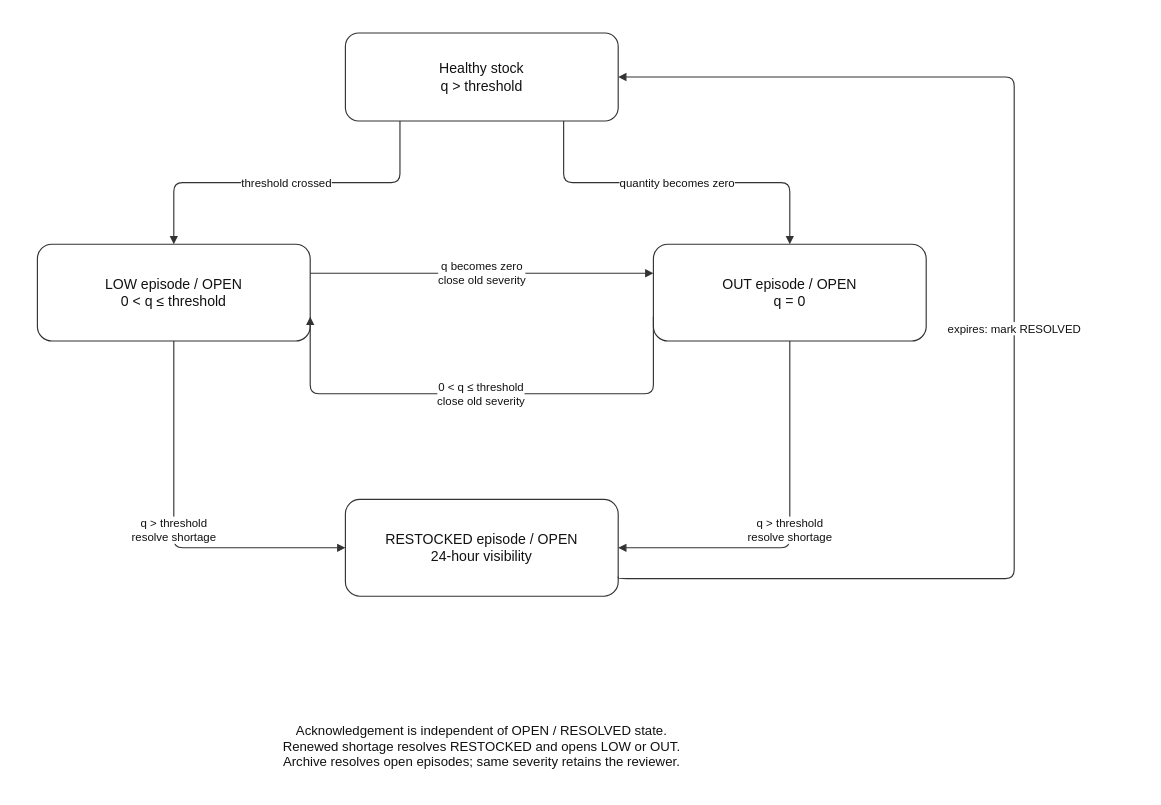
Above: thesis/figure-assets/diagrams/22-warning-state.drawio in ZeroRegister/SupermarketsSystem (draw.io), before the change. Source tidied: cells renumbered, new cells numbered last; positions are measured from the earlier drawing's top-left corner, leaving out a move shared by most shapes. Both pictures are drawn from the tidied source at 88%, with x=0, y=0 at pixel (37, 33).
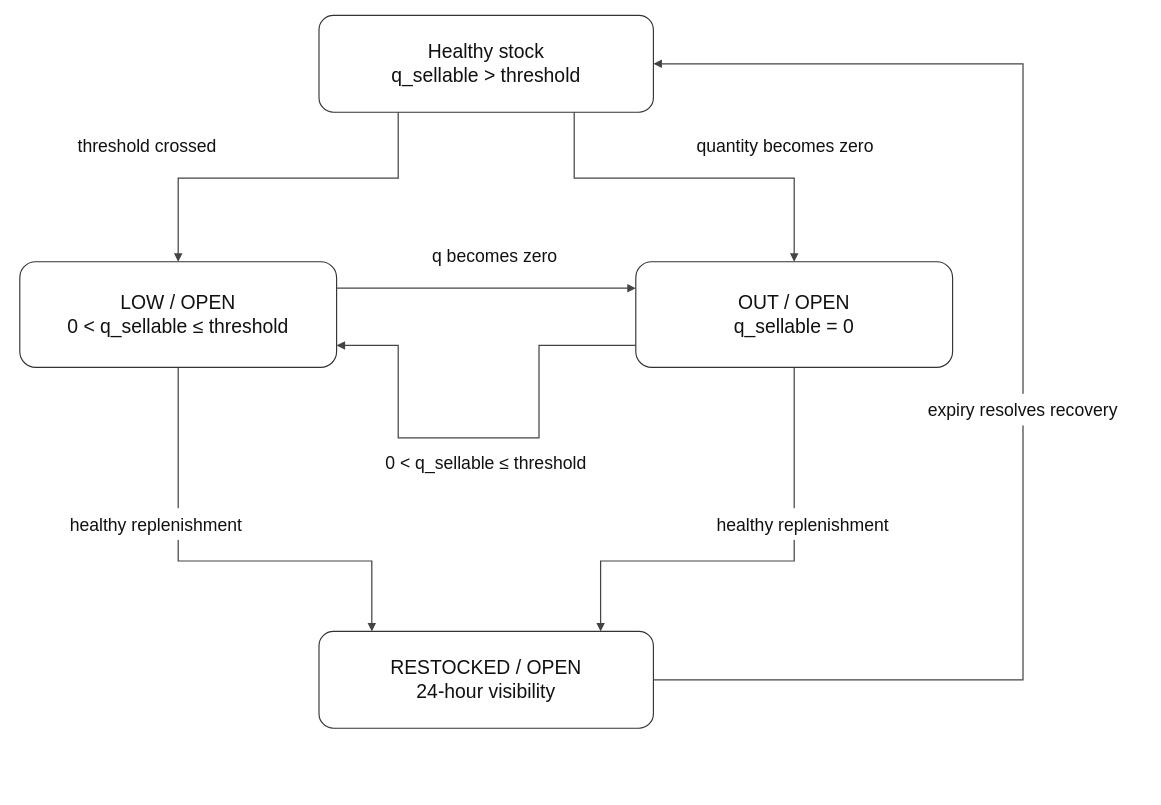
The same page after the edit.

What changed in the source:
```diff
@@
-    <mxCell id="2" value="Healthy stock&#10;q &gt; threshold" style="whiteSpace=wrap;html=1;fontFamily=Arial;fontSize=16;fontColor=#111111;strokeColor=#333333;strokeWidth=1.3;rounded=0;fillColor=#ffffff;rounded=1;" parent="1" vertex="1">
-      <mxGeometry x="350" width="310" height="100" as="geometry" />
+    <mxCell id="2" value="Healthy stock&#10;q_sellable &gt; threshold" style="whiteSpace=wrap;html=1;fontFamily=Arial;fontSize=22;fontColor=#111111;strokeColor=#333333;strokeWidth=1.3;rounded=0;fillColor=#ffffff;rounded=1;fontSize=22;" parent="1" vertex="1">
+      <mxGeometry x="320" y="-20" width="380" height="110" as="geometry" />
     </mxCell>
-    <mxCell id="3" value="LOW episode / OPEN&#10;0 &lt; q ≤ threshold" style="whiteSpace=wrap;html=1;fontFamily=Arial;fontSize=16;fontColor=#111111;strokeColor=#333333;strokeWidth=1.3;rounded=0;fillColor=#ffffff;rounded=1;" parent="1" vertex="1">
-      <mxGeometry y="240" width="310" height="110" as="geometry" />
+    <mxCell id="3" value="LOW / OPEN&#10;0 &lt; q_sellable ≤ threshold" style="whiteSpace=wrap;html=1;fontFamily=Arial;fontSize=22;fontColor=#111111;strokeColor=#333333;strokeWidth=1.3;rounded=0;fillColor=#ffffff;rounded=1;fontSize=22;" parent="1" vertex="1">
+      <mxGeometry x="-20" y="260" width="360" height="120" as="geometry" />
     </mxCell>
-    <mxCell id="4" value="OUT episode / OPEN&#10;q = 0" style="whiteSpace=wrap;html=1;fontFamily=Arial;fontSize=16;fontColor=#111111;strokeColor=#333333;strokeWidth=1.3;rounded=0;fillColor=#ffffff;rounded=1;" parent="1" vertex="1">
-      <mxGeometry x="700" y="240" width="310" height="110" as="geometry" />
+    <mxCell id="4" value="OUT / OPEN&#10;q_sellable = 0" style="whiteSpace=wrap;html=1;fontFamily=Arial;fontSize=22;fontColor=#111111;strokeColor=#333333;strokeWidth=1.3;rounded=0;fillColor=#ffffff;rounded=1;fontSize=22;" parent="1" vertex="1">
+      <mxGeometry x="680" y="260" width="360" height="120" as="geometry" />
     </mxCell>
-    <mxCell id="5" value="RESTOCKED episode / OPEN&#10;24-hour visibility" style="whiteSpace=wrap;html=1;fontFamily=Arial;fontSize=16;fontColor=#111111;strokeColor=#333333;strokeWidth=1.3;rounded=0;fillColor=#ffffff;rounded=1;" parent="1" vertex="1">
-      <mxGeometry x="350" y="530" width="310" height="110" as="geometry" />
+    <mxCell id="5" value="RESTOCKED / OPEN&#10;24-hour visibility" style="whiteSpace=wrap;html=1;fontFamily=Arial;fontSize=22;fontColor=#111111;strokeColor=#333333;strokeWidth=1.3;rounded=0;fillColor=#ffffff;rounded=1;fontSize=22;" parent="1" vertex="1">
+      <mxGeometry x="320" y="680" width="380" height="110" as="geometry" />
     </mxCell>
-    <mxCell id="6" value="threshold crossed" style="whiteSpace=wrap;html=1;fontFamily=Arial;fontSize=16;fontColor=#111111;strokeColor=#333333;strokeWidth=1.3;edgeStyle=orthogonalEdgeStyle;rounded=1;jettySize=auto;fontSize=13;whiteSpace=nowrap;labelBackgroundColor=#ffffff;endArrow=block;endFill=1;exitX=0.2;exitY=1;entryX=0.5;entryY=0;" parent="1" edge="1" source="2" target="3">
-      <mxGeometry relative="1" as="geometry" />
+    <mxCell id="6" style="html=1;rounded=0;strokeColor=#444444;strokeWidth=1.4;endArrow=block;endFill=1;" parent="1" edge="1">
+      <mxGeometry relative="1" as="geometry">
+        <mxPoint x="410" y="90" as="sourcePoint" />
+        <mxPoint x="160" y="260" as="targetPoint" />
+        <Array as="points">
+          <mxPoint x="410" y="165" />
+          <mxPoint x="160" y="165" />
+        </Array>
+      </mxGeometry>
     </mxCell>
-    <mxCell id="7" value="quantity becomes zero" style="whiteSpace=wrap;html=1;fontFamily=Arial;fontSize=16;fontColor=#111111;strokeColor=#333333;strokeWidth=1.3;edgeStyle=orthogonalEdgeStyle;rounded=1;jettySize=auto;fontSize=13;whiteSpace=nowrap;labelBackgroundColor=#ffffff;endArrow=block;endFill=1;exitX=0.8;exitY=1;entryX=0.5;entryY=0;" parent="1" edge="1" source="2" target="4">
-      <mxGeometry relative="1" as="geometry" />
+    <mxCell id="7" value="threshold crossed" style="whiteSpace=wrap;html=1;fontFamily=Arial;fontSize=22;fontColor=#111111;strokeColor=#333333;strokeWidth=1.3;rounded=0;fillColor=#ffffff;strokeColor=none;fillColor=#ffffff;fontSize=20;fontSize=20;" parent="1" vertex="1">
+      <mxGeometry x="-20" y="110" width="290" height="36" as="geometry" />
     </mxCell>
-    <mxCell id="8" value="q becomes zero&#10;close old severity" style="whiteSpace=wrap;html=1;fontFamily=Arial;fontSize=16;fontColor=#111111;strokeColor=#333333;strokeWidth=1.3;edgeStyle=orthogonalEdgeStyle;rounded=1;jettySize=auto;fontSize=13;whiteSpace=nowrap;labelBackgroundColor=#ffffff;endArrow=block;endFill=1;exitX=1;exitY=0.3;entryX=0;entryY=0.3;" parent="1" edge="1" source="3" target="4">
-      <mxGeometry relative="1" as="geometry" />
+    <mxCell id="8" style="html=1;rounded=0;strokeColor=#444444;strokeWidth=1.4;endArrow=block;endFill=1;" parent="1" edge="1">
+      <mxGeometry relative="1" as="geometry">
+        <mxPoint x="610" y="90" as="sourcePoint" />
+        <mxPoint x="860" y="260" as="targetPoint" />
+        <Array as="points">
+          <mxPoint x="610" y="165" />
+          <mxPoint x="860" y="165" />
+        </Array>
+      </mxGeometry>
     </mxCell>
-    <mxCell id="9" value="0 &lt; q ≤ threshold&#10;close old severity" style="whiteSpace=wrap;html=1;fontFamily=Arial;fontSize=16;fontColor=#111111;strokeColor=#333333;strokeWidth=1.3;edgeStyle=orthogonalEdgeStyle;rounded=1;jettySize=auto;fontSize=13;whiteSpace=nowrap;labelBackgroundColor=#ffffff;endArrow=block;endFill=1;exitX=0;exitY=0.75;entryX=1;entryY=0.75;" parent="1" edge="1" source="4" target="3">
-      <mxGeometry relative="1" as="geometry">
-        <Array as="points">
-          <mxPoint x="630" y="410" />
-          <mxPoint x="370" y="410" />
-        </Array>
-      </mxGeometry>
+    <mxCell id="9" value="quantity becomes zero" style="whiteSpace=wrap;html=1;fontFamily=Arial;fontSize=22;fontColor=#111111;strokeColor=#333333;strokeWidth=1.3;rounded=0;fillColor=#ffffff;strokeColor=none;fillColor=#ffffff;fontSize=20;fontSize=20;" parent="1" vertex="1">
+      <mxGeometry x="695" y="110" width="310" height="36" as="geometry" />
     </mxCell>
-    <mxCell id="10" value="q &gt; threshold&#10;resolve shortage" style="whiteSpace=wrap;html=1;fontFamily=Arial;fontSize=16;fontColor=#111111;strokeColor=#333333;strokeWidth=1.3;edgeStyle=orthogonalEdgeStyle;rounded=1;jettySize=auto;fontSize=13;whiteSpace=nowrap;labelBackgroundColor=#ffffff;endArrow=block;endFill=1;exitX=0.5;exitY=1;entryX=0;entryY=0.5;" parent="1" edge="1" source="3" target="5">
-      <mxGeometry relative="1" as="geometry" />
+    <mxCell id="10" style="html=1;rounded=0;strokeColor=#444444;strokeWidth=1.4;endArrow=block;endFill=1;" parent="1" edge="1">
+      <mxGeometry relative="1" as="geometry">
+        <mxPoint x="340" y="290" as="sourcePoint" />
+        <mxPoint x="680" y="290" as="targetPoint" />
+      </mxGeometry>
     </mxCell>
-    <mxCell id="11" value="q &gt; threshold&#10;resolve shortage" style="whiteSpace=wrap;html=1;fontFamily=Arial;fontSize=16;fontColor=#111111;strokeColor=#333333;strokeWidth=1.3;edgeStyle=orthogonalEdgeStyle;rounded=1;jettySize=auto;fontSize=13;whiteSpace=nowrap;labelBackgroundColor=#ffffff;endArrow=block;endFill=1;exitX=0.5;exitY=1;entryX=1;entryY=0.5;" parent="1" edge="1" source="4" target="5">
-      <mxGeometry relative="1" as="geometry" />
+    <mxCell id="11" value="q becomes zero" style="whiteSpace=wrap;html=1;fontFamily=Arial;fontSize=22;fontColor=#111111;strokeColor=#333333;strokeWidth=1.3;rounded=0;fillColor=#ffffff;strokeColor=none;fillColor=#ffffff;fontSize=20;fontSize=20;" parent="1" vertex="1">
+      <mxGeometry x="385" y="235" width="270" height="36" as="geometry" />
     </mxCell>
-    <mxCell id="12" value="expires: mark RESOLVED" style="whiteSpace=wrap;html=1;fontFamily=Arial;fontSize=16;fontColor=#111111;strokeColor=#333333;strokeWidth=1.3;edgeStyle=orthogonalEdgeStyle;rounded=1;jettySize=auto;fontSize=13;whiteSpace=nowrap;labelBackgroundColor=#ffffff;endArrow=block;endFill=1;exitX=1;exitY=0.8;entryX=1;entryY=0.5;" parent="1" edge="1" source="5" target="2">
+    <mxCell id="12" style="html=1;rounded=0;strokeColor=#444444;strokeWidth=1.4;endArrow=block;endFill=1;" parent="1" edge="1">
       <mxGeometry relative="1" as="geometry">
+        <mxPoint x="680" y="355" as="sourcePoint" />
+        <mxPoint x="340" y="355" as="targetPoint" />
         <Array as="points">
-          <mxPoint x="1110" y="620" />
-          <mxPoint x="1110" y="50" />
+          <mxPoint x="570" y="355" />
+          <mxPoint x="570" y="460" />
+          <mxPoint x="410" y="460" />
+          <mxPoint x="410" y="355" />
         </Array>
       </mxGeometry>
     </mxCell>
-    <mxCell id="13" value="Acknowledgement is independent of OPEN / RESOLVED state.&#10;Renewed shortage resolves RESTOCKED and opens LOW or OUT.&#10;Archive resolves open episodes; same severity retains the reviewer." style="whiteSpace=wrap;html=1;fontFamily=Arial;fontSize=16;fontColor=#111111;strokeColor=#333333;strokeWidth=1.3;rounded=0;fillColor=#ffffff;strokeColor=none;fontSize=15;" parent="1" vertex="1">
-      <mxGeometry y="760" width="1010" height="100" as="geometry" />
+    <mxCell id="13" value="0 &lt; q_sellable ≤ threshold" style="whiteSpace=wrap;html=1;fontFamily=Arial;fontSize=22;fontColor=#111111;strokeColor=#333333;strokeWidth=1.3;rounded=0;fillColor=#ffffff;strokeColor=none;fillColor=#ffffff;fontSize=20;fontSize=20;" parent="1" vertex="1">
+      <mxGeometry x="355" y="470" width="310" height="36" as="geometry" />
     </mxCell>
+    <mxCell id="14" style="html=1;rounded=0;strokeColor=#444444;strokeWidth=1.4;endArrow=block;endFill=1;" parent="1" edge="1">
+      <mxGeometry relative="1" as="geometry">
+        <mxPoint x="160" y="380" as="sourcePoint" />
+        <mxPoint x="380" y="680" as="targetPoint" />
+        <Array as="points">
+          <mxPoint x="160" y="600" />
+          <mxPoint x="380" y="600" />
+        </Array>
+      </mxGeometry>
+    </mxCell>
+    <mxCell id="15" value="healthy replenishment" style="whiteSpace=wrap;html=1;fontFamily=Arial;fontSize=22;fontColor=#111111;strokeColor=#333333;strokeWidth=1.3;rounded=0;fillColor=#ffffff;strokeColor=none;fillColor=#ffffff;fontSize=20;fontSize=20;" parent="1" vertex="1">
+      <mxGeometry x="-25" y="540" width="320" height="36" as="geometry" />
+    </mxCell>
+    <mxCell id="16" style="html=1;rounded=0;strokeColor=#444444;strokeWidth=1.4;endArrow=block;endFill=1;" parent="1" edge="1">
+      <mxGeometry relative="1" as="geometry">
+        <mxPoint x="860" y="380" as="sourcePoint" />
+        <mxPoint x="640" y="680" as="targetPoint" />
+        <Array as="points">
+          <mxPoint x="860" y="600" />
+          <mxPoint x="640" y="600" />
+        </Array>
+      </mxGeometry>
+    </mxCell>
+    <mxCell id="17" value="healthy replenishment" style="whiteSpace=wrap;html=1;fontFamily=Arial;fontSize=22;fontColor=#111111;strokeColor=#333333;strokeWidth=1.3;rounded=0;fillColor=#ffffff;strokeColor=none;fillColor=#ffffff;fontSize=20;fontSize=20;" parent="1" vertex="1">
+      <mxGeometry x="710" y="540" width="320" height="36" as="geometry" />
+    </mxCell>
+    <mxCell id="18" style="html=1;rounded=0;strokeColor=#444444;strokeWidth=1.4;endArrow=block;endFill=1;" parent="1" edge="1">
+      <mxGeometry relative="1" as="geometry">
+        <mxPoint x="700" y="735" as="sourcePoint" />
+        <mxPoint x="700" y="35" as="targetPoint" />
+        <Array as="points">
+          <mxPoint x="1120" y="735" />
+          <mxPoint x="1120" y="35" />
+        </Array>
+      </mxGeometry>
+    </mxCell>
+    <mxCell id="19" value="expiry resolves recovery" style="whiteSpace=wrap;html=1;fontFamily=Arial;fontSize=22;fontColor=#111111;strokeColor=#333333;strokeWidth=1.3;rounded=0;fillColor=#ffffff;strokeColor=none;fillColor=#ffffff;fontSize=20;fontSize=20;" parent="1" vertex="1">
+      <mxGeometry x="980" y="410" width="280" height="36" as="geometry" />
+    </mxCell>
```
